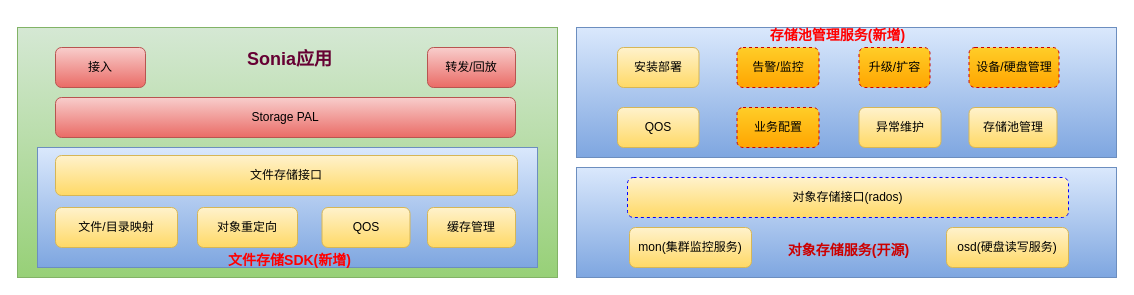
Earlier version of the draw.io diagram Untitled Diagram.drawio (snowolfhawk/ceph-scripts). Source tidied: cells renumbered, new cells numbered last; positions are measured from the earlier drawing's top-left corner, leaving out a move shared by most shapes. Both pictures are drawn from the tidied source at 100%, with x=0, y=0 at pixel (17, 17).
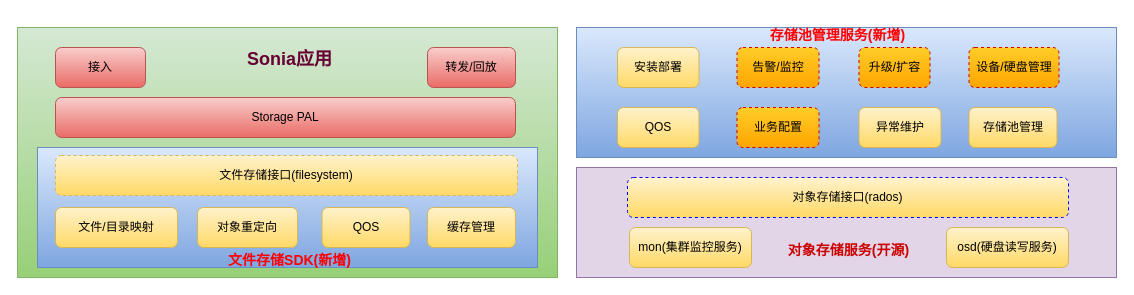
Above is the later version.

The edit, as a diff of the source:
```diff
@@
-    <mxCell id="2" style="rounded=0;whiteSpace=wrap;html=1;fillColor=#d5e8d4;gradientColor=#97d077;strokeColor=#82b366;" parent="1" vertex="1">
+    <mxCell id="2" style="rounded=0;whiteSpace=wrap;html=1;fillColor=#d5e8d4;strokeColor=#82b366;gradientColor=#97d077;" parent="1" vertex="1">
       <mxGeometry y="10" width="540" height="250" as="geometry" />
     </mxCell>
-    <mxCell id="3" style="rounded=0;whiteSpace=wrap;html=1;fillColor=#dae8fc;strokeColor=#6c8ebf;gradientColor=#7ea6e0;" parent="1" vertex="1">
+    <mxCell id="3" style="rounded=0;whiteSpace=wrap;html=1;fillColor=#e1d5e7;strokeColor=#9673a6;" parent="1" vertex="1">
       <mxGeometry x="559" y="150" width="540" height="110" as="geometry" />
     </mxCell>
@@
-    <mxCell id="5" value="文件存储接口" style="rounded=1;whiteSpace=wrap;html=1;fillColor=#fff2cc;gradientColor=#ffd966;strokeColor=#d6b656;" parent="1" vertex="1">
+    <mxCell id="5" value="文件存储接口(filesystem)" style="rounded=1;whiteSpace=wrap;html=1;fillColor=#fff2cc;gradientColor=#ffd966;strokeColor=#d6b656;dashed=1;" parent="1" vertex="1">
       <mxGeometry x="38" y="138" width="462" height="40" as="geometry" />
     </mxCell>
```
